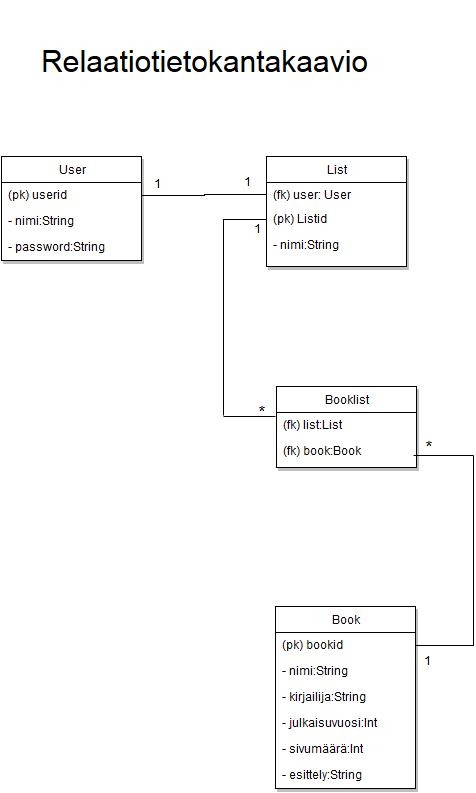
The draw.io diagram doc/Relaatiotietokantakaavio.png in mclantta/Tsoha-Bootstrap, before a commit. Source tidied: cells renumbered, new cells last; positions are measured from the earlier drawing's top-left corner, leaving out a move shared by most shapes.
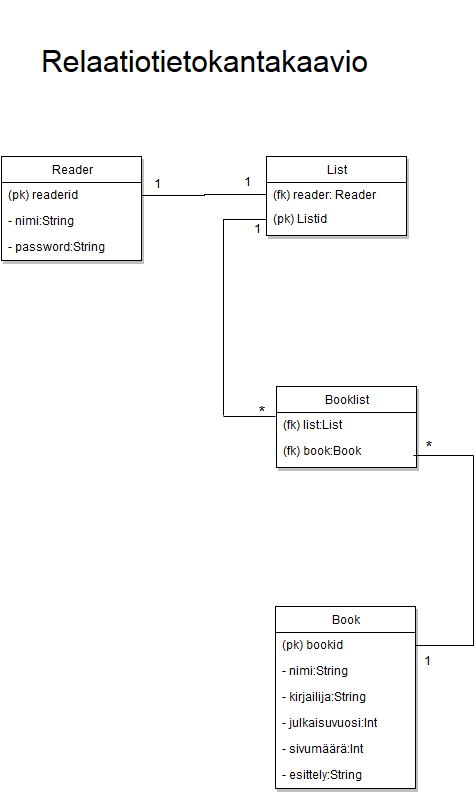
After the change.

Change to the diagram source:
```diff
@@ -2,10 +2,10 @@
   <root>
     <mxCell id="0" />
     <mxCell id="1" parent="0" />
-    <mxCell id="2" value="User" style="swimlane;html=1;fontStyle=0;horizontal=1;startSize=26;fillColor=none;swimlaneFillColor=#ffffff;shadow=1;fontSize=12;" parent="1" vertex="1">
+    <mxCell id="2" value="Reader" style="swimlane;html=1;fontStyle=0;horizontal=1;startSize=26;fillColor=none;swimlaneFillColor=#ffffff;shadow=1;fontSize=12;" parent="1" vertex="1">
       <mxGeometry y="155" width="140" height="104" as="geometry" />
     </mxCell>
-    <mxCell id="3" value="(pk) userid&lt;br&gt;" style="text;html=1;strokeColor=none;fillColor=none;align=left;verticalAlign=top;spacingLeft=4;spacingRight=4;whiteSpace=wrap;overflow=hidden;points=[[0,0.5],[1,0.5]];portConstraint=eastwest;" parent="2" vertex="1">
+    <mxCell id="3" value="(pk) readerid&lt;br&gt;" style="text;html=1;strokeColor=none;fillColor=none;align=left;verticalAlign=top;spacingLeft=4;spacingRight=4;whiteSpace=wrap;overflow=hidden;points=[[0,0.5],[1,0.5]];portConstraint=eastwest;" parent="2" vertex="1">
       <mxGeometry y="26" width="140" height="26" as="geometry" />
     </mxCell>
     <mxCell id="4" value="- nimi:String&lt;br&gt;" style="text;html=1;strokeColor=none;fillColor=none;align=left;verticalAlign=top;spacingLeft=4;spacingRight=4;whiteSpace=wrap;overflow=hidden;" parent="2" vertex="1">
@@ -36,17 +36,14 @@
       <mxGeometry y="156" width="140" height="26" as="geometry" />
     </mxCell>
     <mxCell id="13" value="List&lt;br&gt;" style="swimlane;html=1;fontStyle=0;horizontal=1;startSize=26;fillColor=none;swimlaneFillColor=#ffffff;shadow=1;fontSize=12;" parent="1" vertex="1">
-      <mxGeometry x="265" y="155" width="140" height="110" as="geometry" />
+      <mxGeometry x="265" y="155" width="140" height="79" as="geometry" />
     </mxCell>
-    <mxCell id="14" value="(fk) user: User&lt;br&gt;" style="text;html=1;strokeColor=none;fillColor=none;align=left;verticalAlign=top;spacingLeft=4;spacingRight=4;whiteSpace=wrap;overflow=hidden;points=[[0,0.5],[1,0.5]];portConstraint=eastwest;" parent="13" vertex="1">
+    <mxCell id="14" value="(fk) reader: Reader&lt;br&gt;" style="text;html=1;strokeColor=none;fillColor=none;align=left;verticalAlign=top;spacingLeft=4;spacingRight=4;whiteSpace=wrap;overflow=hidden;points=[[0,0.5],[1,0.5]];portConstraint=eastwest;" parent="13" vertex="1">
       <mxGeometry y="26" width="140" height="24" as="geometry" />
     </mxCell>
     <mxCell id="15" value="(pk) Listid&lt;br&gt;" style="text;html=1;strokeColor=none;fillColor=none;align=left;verticalAlign=top;spacingLeft=4;spacingRight=4;whiteSpace=wrap;overflow=hidden;points=[[0,0.5],[1,0.5]];portConstraint=eastwest;" parent="13" vertex="1">
       <mxGeometry y="50" width="140" height="26" as="geometry" />
     </mxCell>
-    <mxCell id="16" value="- nimi:String" style="text;html=1;strokeColor=none;fillColor=none;align=left;verticalAlign=top;spacingLeft=4;spacingRight=4;whiteSpace=wrap;overflow=hidden;" parent="13" vertex="1">
-      <mxGeometry y="76" width="140" height="26" as="geometry" />
-    </mxCell>
     <mxCell id="17" value="&lt;font style=&quot;font-size: 30px&quot;&gt;Relaatiotietokantakaavio&lt;/font&gt;" style="text;html=1;strokeColor=none;fillColor=none;align=center;verticalAlign=middle;whiteSpace=wrap;overflow=hidden;shadow=1;fontSize=12;" parent="1" vertex="1">
       <mxGeometry x="32" width="340" height="122" as="geometry" />
     </mxCell>
```
